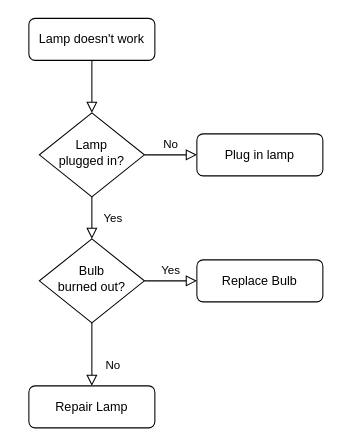
The draw.io diagram page "Page-1" (1 of 2) of Diagramme sans nom.drawio in ThomasVrd11/holbertonschool-printf, before the edit. Source tidied: cells renumbered, new cells numbered last; positions are measured from the earlier drawing's top-left corner, leaving out a move shared by most shapes. Both pictures are drawn from the tidied source at 105%, with x=0, y=0 at pixel (28, 18).
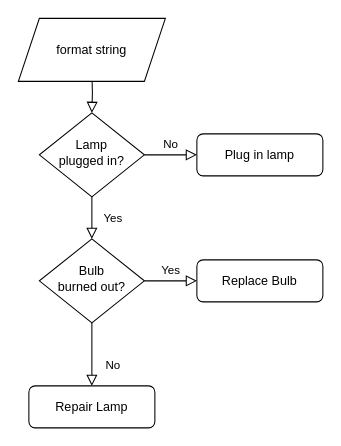
After the change.

What changed in the source:
```diff
@@
 <mxGraphModel>
   <root>
     <mxCell id="0" />
     <mxCell id="1" parent="0" />
-    <mxCell id="2" style="rounded=0;html=1;jettySize=auto;fontSize=11;endArrow=block;endFill=0;endSize=8;strokeWidth=1;shadow=0;labelBackgroundColor=none;edgeStyle=orthogonalEdgeStyle;" parent="1" edge="1" source="3" target="6">
-      <mxGeometry relative="1" as="geometry" />
+    <mxCell id="2" style="rounded=0;html=1;jettySize=auto;fontSize=11;endArrow=block;endFill=0;endSize=8;strokeWidth=1;shadow=0;labelBackgroundColor=none;edgeStyle=orthogonalEdgeStyle;" parent="1" edge="1" target="6">
+      <mxGeometry relative="1" as="geometry">
+        <mxPoint x="60" y="50" as="sourcePoint" />
+      </mxGeometry>
     </mxCell>
-    <mxCell id="3" value="Lamp doesn't work" style="rounded=1;whiteSpace=wrap;html=1;fontSize=12;glass=0;strokeWidth=1;shadow=0;" parent="1" vertex="1">
-      <mxGeometry width="120" height="40" as="geometry" />
-    </mxCell>
     <mxCell id="4" value="Yes" style="rounded=0;html=1;jettySize=auto;fontSize=11;endArrow=block;endFill=0;endSize=8;strokeWidth=1;shadow=0;labelBackgroundColor=none;edgeStyle=orthogonalEdgeStyle;" parent="1" edge="1" source="6" target="10">
       <mxGeometry y="20" relative="1" as="geometry" />
     </mxCell>
     <mxCell id="5" value="No" style="edgeStyle=orthogonalEdgeStyle;rounded=0;html=1;jettySize=auto;fontSize=11;endArrow=block;endFill=0;endSize=8;strokeWidth=1;shadow=0;labelBackgroundColor=none;" parent="1" edge="1" source="6" target="7">
       <mxGeometry y="10" relative="1" as="geometry" />
     </mxCell>
     <mxCell id="6" value="Lamp&lt;br&gt;plugged in?" style="rhombus;whiteSpace=wrap;html=1;shadow=0;fontFamily=Helvetica;fontSize=12;align=center;strokeWidth=1;spacing=6;spacingTop=-4;" parent="1" vertex="1">
       <mxGeometry x="10" y="90" width="100" height="80" as="geometry" />
     </mxCell>
     <mxCell id="7" value="Plug in lamp" style="rounded=1;whiteSpace=wrap;html=1;fontSize=12;glass=0;strokeWidth=1;shadow=0;" parent="1" vertex="1">
       <mxGeometry x="160" y="110" width="120" height="40" as="geometry" />
     </mxCell>
     <mxCell id="8" value="No" style="rounded=0;html=1;jettySize=auto;fontSize=11;endArrow=block;endFill=0;endSize=8;strokeWidth=1;shadow=0;labelBackgroundColor=none;edgeStyle=orthogonalEdgeStyle;" parent="1" edge="1" source="10" target="11">
       <mxGeometry x="0.33" y="20" relative="1" as="geometry" />
     </mxCell>
     <mxCell id="9" value="Yes" style="edgeStyle=orthogonalEdgeStyle;rounded=0;html=1;jettySize=auto;fontSize=11;endArrow=block;endFill=0;endSize=8;strokeWidth=1;shadow=0;labelBackgroundColor=none;" parent="1" edge="1" source="10" target="12">
       <mxGeometry y="10" relative="1" as="geometry" />
     </mxCell>
     <mxCell id="10" value="Bulb&lt;br&gt;burned out?" style="rhombus;whiteSpace=wrap;html=1;shadow=0;fontFamily=Helvetica;fontSize=12;align=center;strokeWidth=1;spacing=6;spacingTop=-4;" parent="1" vertex="1">
       <mxGeometry x="10" y="210" width="100" height="80" as="geometry" />
     </mxCell>
     <mxCell id="11" value="Repair Lamp" style="rounded=1;whiteSpace=wrap;html=1;fontSize=12;glass=0;strokeWidth=1;shadow=0;" parent="1" vertex="1">
       <mxGeometry y="350" width="120" height="40" as="geometry" />
     </mxCell>
     <mxCell id="12" value="Replace Bulb" style="rounded=1;whiteSpace=wrap;html=1;fontSize=12;glass=0;strokeWidth=1;shadow=0;" parent="1" vertex="1">
       <mxGeometry x="160" y="230" width="120" height="40" as="geometry" />
     </mxCell>
+    <mxCell id="13" value="format string" style="shape=parallelogram;perimeter=parallelogramPerimeter;whiteSpace=wrap;html=1;fixedSize=1;" parent="1" vertex="1">
+      <mxGeometry x="-10" width="140" height="60" as="geometry" />
+    </mxCell>
   </root>
 </mxGraphModel>
```
